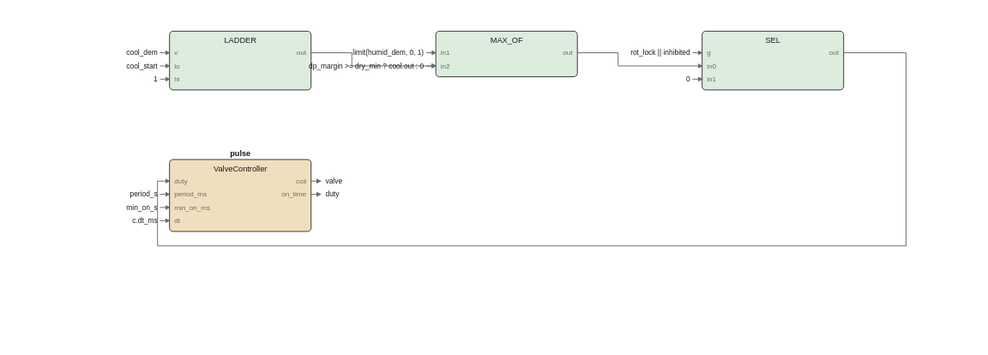
The draw.io diagram images/logic/skirt_fbd.drawio.svg in pstch/botanik2, before a commit. Source tidied: cells renumbered, new cells last; positions are measured from the earlier drawing's top-left corner, leaving out a move shared by most shapes.
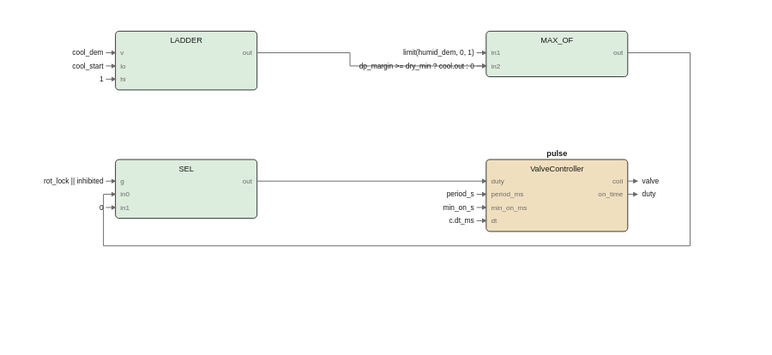
After the commit.

What changed in the source:
```diff
@@ -3,222 +3,218 @@
     <mxCell id="0" />
     <mxCell id="1" parent="0" />
     <mxCell id="2" style="rounded=1;fillColor=#dcecdd;strokeColor=#1a1a1a;whiteSpace=wrap;html=1;fontSize=8;" parent="1" vertex="1">
-      <mxGeometry x="10" width="118" height="49" as="geometry" />
+      <mxGeometry x="-35" width="118" height="49" as="geometry" />
     </mxCell>
     <mxCell id="3" value="LADDER" style="text;html=1;fontSize=6;fontColor=#1a1a1a;align=center;" parent="1" vertex="1">
-      <mxGeometry x="69" y="3.4" width="40" height="10.6" as="geometry" />
+      <mxGeometry x="24" y="3.4" width="40" height="10.6" as="geometry" />
     </mxCell>
     <mxCell id="4" value="v" style="text;html=1;fontSize=5;fontColor=#6b6b6b;align=left;" parent="1" vertex="1">
-      <mxGeometry x="14" y="14.2" width="40" height="9.8" as="geometry" />
+      <mxGeometry x="-31" y="14.2" width="40" height="9.8" as="geometry" />
     </mxCell>
     <mxCell id="5" value="lo" style="text;html=1;fontSize=5;fontColor=#6b6b6b;align=left;" parent="1" vertex="1">
-      <mxGeometry x="14" y="25.2" width="40" height="9.8" as="geometry" />
+      <mxGeometry x="-31" y="25.2" width="40" height="9.8" as="geometry" />
     </mxCell>
     <mxCell id="6" value="hi" style="text;html=1;fontSize=5;fontColor=#6b6b6b;align=left;" parent="1" vertex="1">
-      <mxGeometry x="14" y="36.2" width="40" height="9.8" as="geometry" />
+      <mxGeometry x="-31" y="36.2" width="40" height="9.8" as="geometry" />
     </mxCell>
     <mxCell id="7" value="out" style="text;html=1;fontSize=5;fontColor=#6b6b6b;align=left;" parent="1" vertex="1">
-      <mxGeometry x="124" y="14.2" width="40" height="9.8" as="geometry" />
+      <mxGeometry x="79" y="14.2" width="40" height="9.8" as="geometry" />
     </mxCell>
     <mxCell id="8" style="rounded=1;fillColor=#dcecdd;strokeColor=#1a1a1a;whiteSpace=wrap;html=1;fontSize=8;" parent="1" vertex="1">
-      <mxGeometry x="232" width="118" height="38" as="geometry" />
+      <mxGeometry x="274" width="118" height="38" as="geometry" />
     </mxCell>
     <mxCell id="9" value="MAX_OF" style="text;html=1;fontSize=6;fontColor=#1a1a1a;align=center;" parent="1" vertex="1">
-      <mxGeometry x="291" y="3.4" width="40" height="10.6" as="geometry" />
+      <mxGeometry x="333" y="3.4" width="40" height="10.6" as="geometry" />
     </mxCell>
     <mxCell id="10" value="in1" style="text;html=1;fontSize=5;fontColor=#6b6b6b;align=left;" parent="1" vertex="1">
-      <mxGeometry x="236" y="14.2" width="40" height="9.8" as="geometry" />
+      <mxGeometry x="278" y="14.2" width="40" height="9.8" as="geometry" />
     </mxCell>
     <mxCell id="11" value="in2" style="text;html=1;fontSize=5;fontColor=#6b6b6b;align=left;" parent="1" vertex="1">
-      <mxGeometry x="236" y="25.2" width="40" height="9.8" as="geometry" />
+      <mxGeometry x="278" y="25.2" width="40" height="9.8" as="geometry" />
     </mxCell>
     <mxCell id="12" value="out" style="text;html=1;fontSize=5;fontColor=#6b6b6b;align=left;" parent="1" vertex="1">
-      <mxGeometry x="346" y="14.2" width="40" height="9.8" as="geometry" />
+      <mxGeometry x="388" y="14.2" width="40" height="9.8" as="geometry" />
     </mxCell>
     <mxCell id="13" style="rounded=1;fillColor=#dcecdd;strokeColor=#1a1a1a;whiteSpace=wrap;html=1;fontSize=8;" parent="1" vertex="1">
-      <mxGeometry x="454" width="118" height="49" as="geometry" />
+      <mxGeometry x="-35" y="107" width="118" height="49" as="geometry" />
     </mxCell>
     <mxCell id="14" value="SEL" style="text;html=1;fontSize=6;fontColor=#1a1a1a;align=center;" parent="1" vertex="1">
-      <mxGeometry x="513" y="3.4" width="40" height="10.6" as="geometry" />
+      <mxGeometry x="24" y="110.4" width="40" height="10.6" as="geometry" />
     </mxCell>
     <mxCell id="15" value="g" style="text;html=1;fontSize=5;fontColor=#6b6b6b;align=left;" parent="1" vertex="1">
-      <mxGeometry x="458" y="14.2" width="40" height="9.8" as="geometry" />
+      <mxGeometry x="-31" y="121.2" width="40" height="9.8" as="geometry" />
     </mxCell>
     <mxCell id="16" value="in0" style="text;html=1;fontSize=5;fontColor=#6b6b6b;align=left;" parent="1" vertex="1">
-      <mxGeometry x="458" y="25.2" width="40" height="9.8" as="geometry" />
+      <mxGeometry x="-31" y="132.2" width="40" height="9.8" as="geometry" />
     </mxCell>
     <mxCell id="17" value="in1" style="text;html=1;fontSize=5;fontColor=#6b6b6b;align=left;" parent="1" vertex="1">
-      <mxGeometry x="458" y="36.2" width="40" height="9.8" as="geometry" />
+      <mxGeometry x="-31" y="143.2" width="40" height="9.8" as="geometry" />
     </mxCell>
     <mxCell id="18" value="out" style="text;html=1;fontSize=5;fontColor=#6b6b6b;align=left;" parent="1" vertex="1">
-      <mxGeometry x="568" y="14.2" width="40" height="9.8" as="geometry" />
+      <mxGeometry x="79" y="121.2" width="40" height="9.8" as="geometry" />
     </mxCell>
     <mxCell id="19" style="rounded=1;fillColor=#f0dfbe;strokeColor=#1a1a1a;whiteSpace=wrap;html=1;fontSize=8;" parent="1" vertex="1">
-      <mxGeometry x="10" y="107" width="118" height="60" as="geometry" />
+      <mxGeometry x="274" y="107" width="118" height="60" as="geometry" />
     </mxCell>
     <mxCell id="20" value="pulse" style="text;html=1;fontSize=6;fontColor=#1a1a1a;align=center;fontStyle=1;" parent="1" vertex="1">
-      <mxGeometry x="69" y="97.4" width="40" height="10.6" as="geometry" />
+      <mxGeometry x="333" y="97.4" width="40" height="10.6" as="geometry" />
     </mxCell>
     <mxCell id="21" value="ValveController" style="text;html=1;fontSize=6;fontColor=#1a1a1a;align=center;" parent="1" vertex="1">
-      <mxGeometry x="69" y="110.4" width="75" height="10.6" as="geometry" />
+      <mxGeometry x="333" y="110.4" width="75" height="10.6" as="geometry" />
     </mxCell>
     <mxCell id="22" value="duty" style="text;html=1;fontSize=5;fontColor=#6b6b6b;align=left;" parent="1" vertex="1">
-      <mxGeometry x="14" y="121.2" width="40" height="9.8" as="geometry" />
+      <mxGeometry x="278" y="121.2" width="40" height="9.8" as="geometry" />
     </mxCell>
     <mxCell id="23" value="period_ms" style="text;html=1;fontSize=5;fontColor=#6b6b6b;align=left;" parent="1" vertex="1">
-      <mxGeometry x="14" y="132.2" width="45" height="9.8" as="geometry" />
+      <mxGeometry x="278" y="132.2" width="45" height="9.8" as="geometry" />
     </mxCell>
     <mxCell id="24" value="min_on_ms" style="text;html=1;fontSize=5;fontColor=#6b6b6b;align=left;" parent="1" vertex="1">
-      <mxGeometry x="14" y="143.2" width="45" height="9.8" as="geometry" />
+      <mxGeometry x="278" y="143.2" width="45" height="9.8" as="geometry" />
     </mxCell>
     <mxCell id="25" value="dt" style="text;html=1;fontSize=5;fontColor=#6b6b6b;align=left;" parent="1" vertex="1">
-      <mxGeometry x="14" y="154.2" width="40" height="9.8" as="geometry" />
+      <mxGeometry x="278" y="154.2" width="40" height="9.8" as="geometry" />
     </mxCell>
     <mxCell id="26" value="coil" style="text;html=1;fontSize=5;fontColor=#6b6b6b;align=left;" parent="1" vertex="1">
-      <mxGeometry x="124" y="121.2" width="40" height="9.8" as="geometry" />
+      <mxGeometry x="388" y="121.2" width="40" height="9.8" as="geometry" />
     </mxCell>
     <mxCell id="27" value="on_time" style="text;html=1;fontSize=5;fontColor=#6b6b6b;align=left;" parent="1" vertex="1">
-      <mxGeometry x="124" y="132.2" width="40" height="9.8" as="geometry" />
+      <mxGeometry x="388" y="132.2" width="40" height="9.8" as="geometry" />
     </mxCell>
     <mxCell id="28" style="edgeStyle=none;html=1;strokeColor=#6b6b6b;endArrow=block;" parent="1" edge="1">
       <mxGeometry relative="1" as="geometry">
-        <mxPoint x="128" y="18" as="sourcePoint" />
-        <mxPoint x="232" y="29" as="targetPoint" />
-        <Array as="points">
-          <mxPoint x="162" y="18" />
-          <mxPoint x="162" y="29" />
-        </Array>
+        <mxPoint x="392" y="125" as="sourcePoint" />
+        <mxPoint x="400" y="125" as="targetPoint" />
       </mxGeometry>
     </mxCell>
-    <mxCell id="29" style="edgeStyle=none;html=1;strokeColor=#6b6b6b;endArrow=block;" parent="1" edge="1">
-      <mxGeometry relative="1" as="geometry">
-        <mxPoint x="350" y="18" as="sourcePoint" />
-        <mxPoint x="454" y="29" as="targetPoint" />
-        <Array as="points">
-          <mxPoint x="384" y="18" />
-          <mxPoint x="384" y="29" />
-        </Array>
-      </mxGeometry>
-    </mxCell>
+    <mxCell id="52" value="valve" style="text;html=1;fontSize=6;fontColor=#1a1a1a;align=left;" parent="1" vertex="1">
+      <mxGeometry x="404" y="121" width="40" height="10" as="geometry" />
+    </mxCell>
     <mxCell id="30" style="edgeStyle=none;html=1;strokeColor=#6b6b6b;endArrow=block;" parent="1" edge="1">
       <mxGeometry relative="1" as="geometry">
-        <mxPoint x="572" y="18" as="sourcePoint" />
-        <mxPoint x="10" y="125" as="targetPoint" />
-        <Array as="points">
-          <mxPoint x="624" y="18" />
-          <mxPoint x="624" y="179" />
-          <mxPoint y="179" />
-          <mxPoint y="125" />
-        </Array>
+        <mxPoint x="392" y="136" as="sourcePoint" />
+        <mxPoint x="400" y="136" as="targetPoint" />
       </mxGeometry>
     </mxCell>
-    <mxCell id="31" value="cool_dem" style="text;html=1;fontSize=6;fontColor=#1a1a1a;align=left;" parent="1" vertex="1">
-      <mxGeometry y="14" width="40" height="10" as="geometry" />
+    <mxCell id="31" value="duty" style="text;html=1;fontSize=6;fontColor=#1a1a1a;align=left;" parent="1" vertex="1">
+      <mxGeometry x="404" y="132" width="40" height="10" as="geometry" />
     </mxCell>
     <mxCell id="32" style="edgeStyle=none;html=1;strokeColor=#6b6b6b;endArrow=block;" parent="1" edge="1">
       <mxGeometry relative="1" as="geometry">
-        <mxPoint x="2" y="18" as="sourcePoint" />
-        <mxPoint x="10" y="18" as="targetPoint" />
+        <mxPoint x="83" y="18" as="sourcePoint" />
+        <mxPoint x="274" y="29" as="targetPoint" />
+        <Array as="points">
+          <mxPoint x="160.5" y="18" />
+          <mxPoint x="160.5" y="29" />
+        </Array>
       </mxGeometry>
     </mxCell>
-    <mxCell id="33" value="cool_start" style="text;html=1;fontSize=6;fontColor=#1a1a1a;align=left;" parent="1" vertex="1">
-      <mxGeometry y="25" width="50" height="10" as="geometry" />
-    </mxCell>
+    <mxCell id="55" style="edgeStyle=none;html=1;strokeColor=#6b6b6b;endArrow=block;" parent="1" edge="1">
+      <mxGeometry relative="1" as="geometry">
+        <mxPoint x="392" y="18" as="sourcePoint" />
+        <mxPoint x="-35" y="136" as="targetPoint" />
+        <Array as="points">
+          <mxPoint x="444" y="18" />
+          <mxPoint x="444" y="179" />
+          <mxPoint x="-45" y="179" />
+          <mxPoint x="-45" y="136" />
+        </Array>
+      </mxGeometry>
+    </mxCell>
     <mxCell id="34" style="edgeStyle=none;html=1;strokeColor=#6b6b6b;endArrow=block;" parent="1" edge="1">
       <mxGeometry relative="1" as="geometry">
-        <mxPoint x="2" y="29" as="sourcePoint" />
-        <mxPoint x="10" y="29" as="targetPoint" />
+        <mxPoint x="83" y="125" as="sourcePoint" />
+        <mxPoint x="274" y="125" as="targetPoint" />
       </mxGeometry>
     </mxCell>
-    <mxCell id="35" value="1" style="text;html=1;fontSize=6;fontColor=#1a1a1a;align=left;" parent="1" vertex="1">
-      <mxGeometry y="36" width="40" height="10" as="geometry" />
+    <mxCell id="35" value="cool_dem" style="text;html=1;fontSize=6;fontColor=#1a1a1a;align=left;" parent="1" vertex="1">
+      <mxGeometry x="-45" y="14" width="40" height="10" as="geometry" />
     </mxCell>
     <mxCell id="36" style="edgeStyle=none;html=1;strokeColor=#6b6b6b;endArrow=block;" parent="1" edge="1">
       <mxGeometry relative="1" as="geometry">
-        <mxPoint x="2" y="40" as="sourcePoint" />
-        <mxPoint x="10" y="40" as="targetPoint" />
+        <mxPoint x="-43" y="18" as="sourcePoint" />
+        <mxPoint x="-35" y="18" as="targetPoint" />
       </mxGeometry>
     </mxCell>
-    <mxCell id="37" value="limit(humid_dem, 0, 1)" style="text;html=1;fontSize=6;fontColor=#1a1a1a;align=left;" parent="1" vertex="1">
-      <mxGeometry x="222" y="14" width="110" height="10" as="geometry" />
+    <mxCell id="37" value="cool_start" style="text;html=1;fontSize=6;fontColor=#1a1a1a;align=left;" parent="1" vertex="1">
+      <mxGeometry x="-45" y="25" width="50" height="10" as="geometry" />
     </mxCell>
     <mxCell id="38" style="edgeStyle=none;html=1;strokeColor=#6b6b6b;endArrow=block;" parent="1" edge="1">
       <mxGeometry relative="1" as="geometry">
-        <mxPoint x="224" y="18" as="sourcePoint" />
-        <mxPoint x="232" y="18" as="targetPoint" />
+        <mxPoint x="-43" y="29" as="sourcePoint" />
+        <mxPoint x="-35" y="29" as="targetPoint" />
       </mxGeometry>
     </mxCell>
-    <mxCell id="39" value="dp_margin &gt;= dry_min ? cool.out : 0" style="text;html=1;fontSize=6;fontColor=#1a1a1a;align=left;" parent="1" vertex="1">
-      <mxGeometry x="222" y="25" width="175" height="10" as="geometry" />
+    <mxCell id="39" value="1" style="text;html=1;fontSize=6;fontColor=#1a1a1a;align=left;" parent="1" vertex="1">
+      <mxGeometry x="-45" y="36" width="40" height="10" as="geometry" />
     </mxCell>
     <mxCell id="40" style="edgeStyle=none;html=1;strokeColor=#6b6b6b;endArrow=block;" parent="1" edge="1">
       <mxGeometry relative="1" as="geometry">
-        <mxPoint x="224" y="29" as="sourcePoint" />
-        <mxPoint x="232" y="29" as="targetPoint" />
+        <mxPoint x="-43" y="40" as="sourcePoint" />
+        <mxPoint x="-35" y="40" as="targetPoint" />
       </mxGeometry>
     </mxCell>
-    <mxCell id="41" value="rot_lock || inhibited" style="text;html=1;fontSize=6;fontColor=#1a1a1a;align=left;" parent="1" vertex="1">
-      <mxGeometry x="444" y="14" width="105" height="10" as="geometry" />
+    <mxCell id="41" value="limit(humid_dem, 0, 1)" style="text;html=1;fontSize=6;fontColor=#1a1a1a;align=left;" parent="1" vertex="1">
+      <mxGeometry x="264" y="14" width="110" height="10" as="geometry" />
     </mxCell>
     <mxCell id="42" style="edgeStyle=none;html=1;strokeColor=#6b6b6b;endArrow=block;" parent="1" edge="1">
       <mxGeometry relative="1" as="geometry">
-        <mxPoint x="446" y="18" as="sourcePoint" />
-        <mxPoint x="454" y="18" as="targetPoint" />
+        <mxPoint x="266" y="18" as="sourcePoint" />
+        <mxPoint x="274" y="18" as="targetPoint" />
       </mxGeometry>
     </mxCell>
-    <mxCell id="43" value="0" style="text;html=1;fontSize=6;fontColor=#1a1a1a;align=left;" parent="1" vertex="1">
-      <mxGeometry x="444" y="36" width="40" height="10" as="geometry" />
+    <mxCell id="43" value="dp_margin &gt;= dry_min ? cool.out : 0" style="text;html=1;fontSize=6;fontColor=#1a1a1a;align=left;" parent="1" vertex="1">
+      <mxGeometry x="264" y="25" width="175" height="10" as="geometry" />
     </mxCell>
     <mxCell id="44" style="edgeStyle=none;html=1;strokeColor=#6b6b6b;endArrow=block;" parent="1" edge="1">
       <mxGeometry relative="1" as="geometry">
-        <mxPoint x="446" y="40" as="sourcePoint" />
-        <mxPoint x="454" y="40" as="targetPoint" />
+        <mxPoint x="266" y="29" as="sourcePoint" />
+        <mxPoint x="274" y="29" as="targetPoint" />
       </mxGeometry>
     </mxCell>
-    <mxCell id="45" value="period_s" style="text;html=1;fontSize=6;fontColor=#1a1a1a;align=left;" parent="1" vertex="1">
-      <mxGeometry y="132" width="40" height="10" as="geometry" />
+    <mxCell id="45" value="rot_lock || inhibited" style="text;html=1;fontSize=6;fontColor=#1a1a1a;align=left;" parent="1" vertex="1">
+      <mxGeometry x="-45" y="121" width="105" height="10" as="geometry" />
     </mxCell>
     <mxCell id="46" style="edgeStyle=none;html=1;strokeColor=#6b6b6b;endArrow=block;" parent="1" edge="1">
       <mxGeometry relative="1" as="geometry">
-        <mxPoint x="2" y="136" as="sourcePoint" />
-        <mxPoint x="10" y="136" as="targetPoint" />
+        <mxPoint x="-43" y="125" as="sourcePoint" />
+        <mxPoint x="-35" y="125" as="targetPoint" />
       </mxGeometry>
     </mxCell>
-    <mxCell id="47" value="min_on_s" style="text;html=1;fontSize=6;fontColor=#1a1a1a;align=left;" parent="1" vertex="1">
-      <mxGeometry y="143" width="40" height="10" as="geometry" />
+    <mxCell id="47" value="0" style="text;html=1;fontSize=6;fontColor=#1a1a1a;align=left;" parent="1" vertex="1">
+      <mxGeometry x="-45" y="143" width="40" height="10" as="geometry" />
     </mxCell>
     <mxCell id="48" style="edgeStyle=none;html=1;strokeColor=#6b6b6b;endArrow=block;" parent="1" edge="1">
       <mxGeometry relative="1" as="geometry">
-        <mxPoint x="2" y="147" as="sourcePoint" />
-        <mxPoint x="10" y="147" as="targetPoint" />
+        <mxPoint x="-43" y="147" as="sourcePoint" />
+        <mxPoint x="-35" y="147" as="targetPoint" />
       </mxGeometry>
     </mxCell>
-    <mxCell id="49" value="c.dt_ms" style="text;html=1;fontSize=6;fontColor=#1a1a1a;align=left;" parent="1" vertex="1">
-      <mxGeometry y="154" width="40" height="10" as="geometry" />
+    <mxCell id="49" value="period_s" style="text;html=1;fontSize=6;fontColor=#1a1a1a;align=left;" parent="1" vertex="1">
+      <mxGeometry x="264" y="132" width="40" height="10" as="geometry" />
     </mxCell>
     <mxCell id="50" style="edgeStyle=none;html=1;strokeColor=#6b6b6b;endArrow=block;" parent="1" edge="1">
       <mxGeometry relative="1" as="geometry">
-        <mxPoint x="2" y="158" as="sourcePoint" />
-        <mxPoint x="10" y="158" as="targetPoint" />
+        <mxPoint x="266" y="136" as="sourcePoint" />
+        <mxPoint x="274" y="136" as="targetPoint" />
       </mxGeometry>
     </mxCell>
-    <mxCell id="51" style="edgeStyle=none;html=1;strokeColor=#6b6b6b;endArrow=block;" parent="1" edge="1">
-      <mxGeometry relative="1" as="geometry">
-        <mxPoint x="128" y="125" as="sourcePoint" />
-        <mxPoint x="136" y="125" as="targetPoint" />
-      </mxGeometry>
-    </mxCell>
-    <mxCell id="52" value="valve" style="text;html=1;fontSize=6;fontColor=#1a1a1a;align=left;" parent="1" vertex="1">
-      <mxGeometry x="140" y="121" width="40" height="10" as="geometry" />
-    </mxCell>
-    <mxCell id="53" style="edgeStyle=none;html=1;strokeColor=#6b6b6b;endArrow=block;" parent="1" edge="1">
-      <mxGeometry relative="1" as="geometry">
-        <mxPoint x="128" y="136" as="sourcePoint" />
-        <mxPoint x="136" y="136" as="targetPoint" />
-      </mxGeometry>
-    </mxCell>
-    <mxCell id="54" value="duty" style="text;html=1;fontSize=6;fontColor=#1a1a1a;align=left;" parent="1" vertex="1">
-      <mxGeometry x="140" y="132" width="40" height="10" as="geometry" />
-    </mxCell>
+    <mxCell id="56" value="min_on_s" style="text;html=1;fontSize=6;fontColor=#1a1a1a;align=left;" parent="1" vertex="1">
+      <mxGeometry x="264" y="143" width="40" height="10" as="geometry" />
+    </mxCell>
+    <mxCell id="57" style="edgeStyle=none;html=1;strokeColor=#6b6b6b;endArrow=block;" parent="1" edge="1">
+      <mxGeometry relative="1" as="geometry">
+        <mxPoint x="266" y="147" as="sourcePoint" />
+        <mxPoint x="274" y="147" as="targetPoint" />
+      </mxGeometry>
+    </mxCell>
+    <mxCell id="58" value="c.dt_ms" style="text;html=1;fontSize=6;fontColor=#1a1a1a;align=left;" parent="1" vertex="1">
+      <mxGeometry x="264" y="154" width="40" height="10" as="geometry" />
+    </mxCell>
+    <mxCell id="59" style="edgeStyle=none;html=1;strokeColor=#6b6b6b;endArrow=block;" parent="1" edge="1">
+      <mxGeometry relative="1" as="geometry">
+        <mxPoint x="266" y="158" as="sourcePoint" />
+        <mxPoint x="274" y="158" as="targetPoint" />
+      </mxGeometry>
+    </mxCell>
   </root>
 </mxGraphModel>
```
